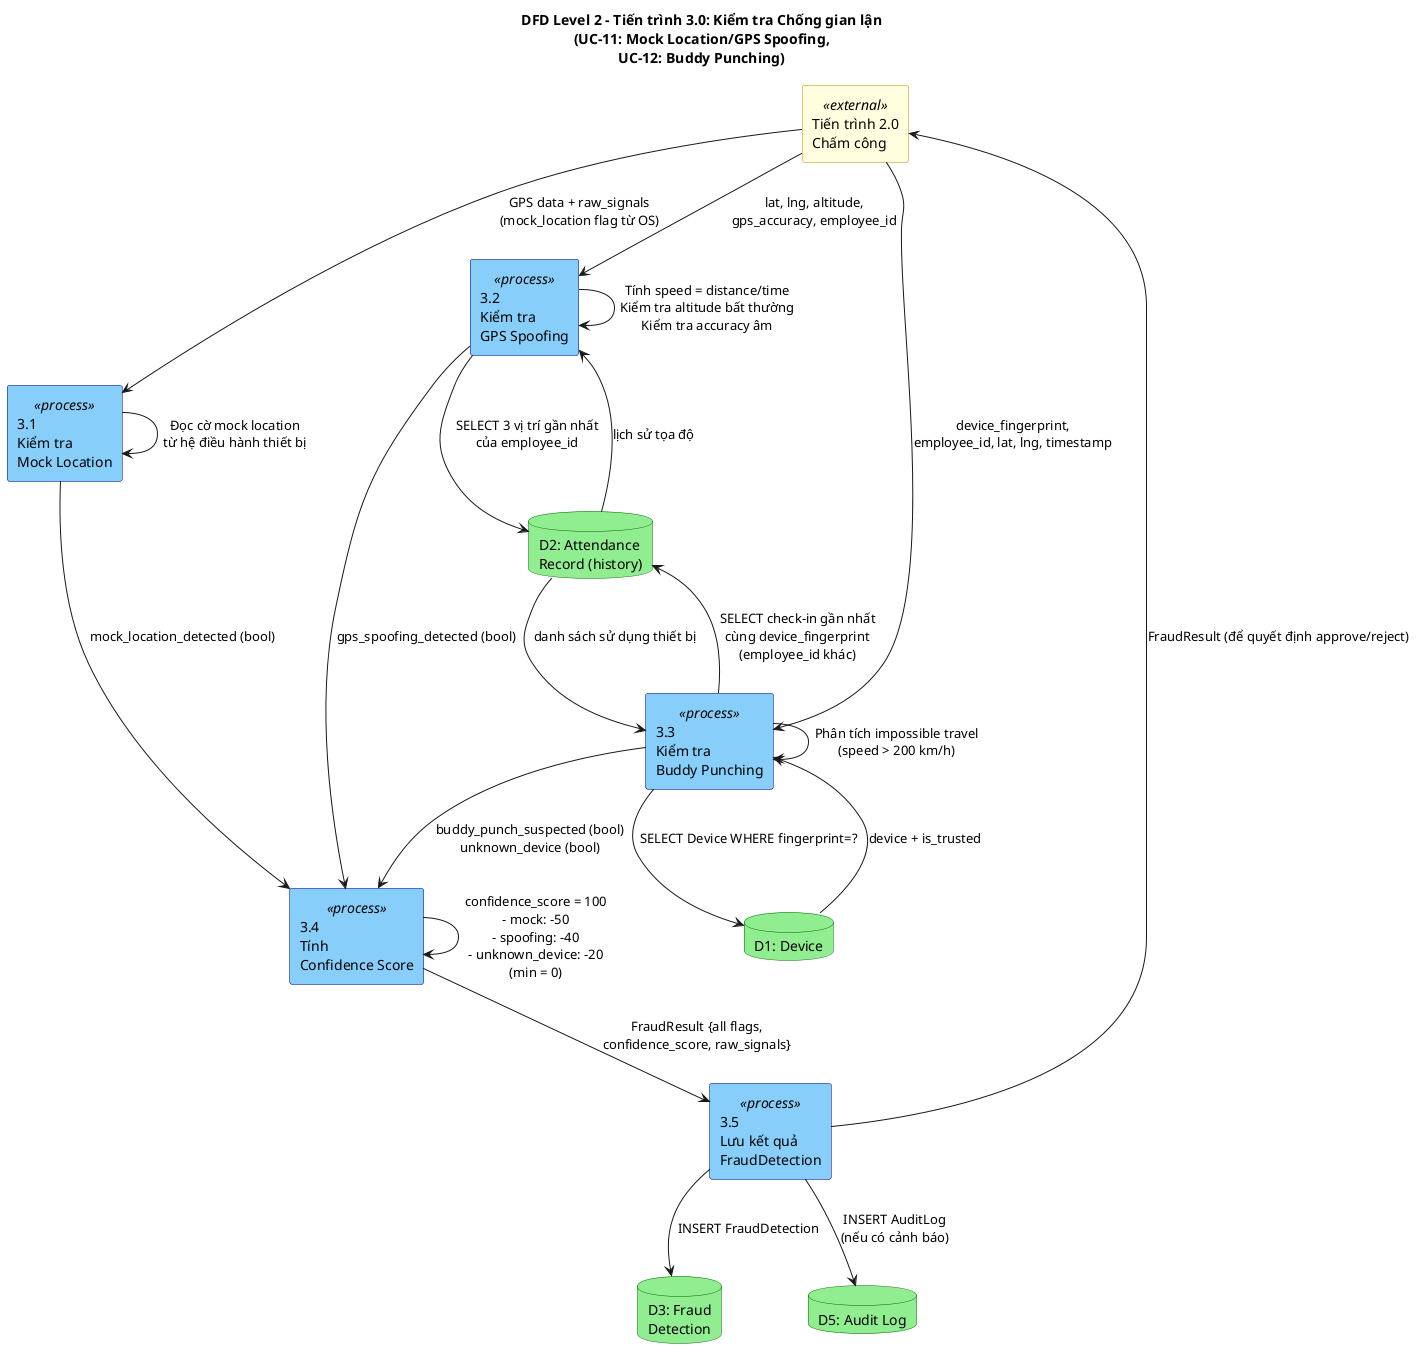
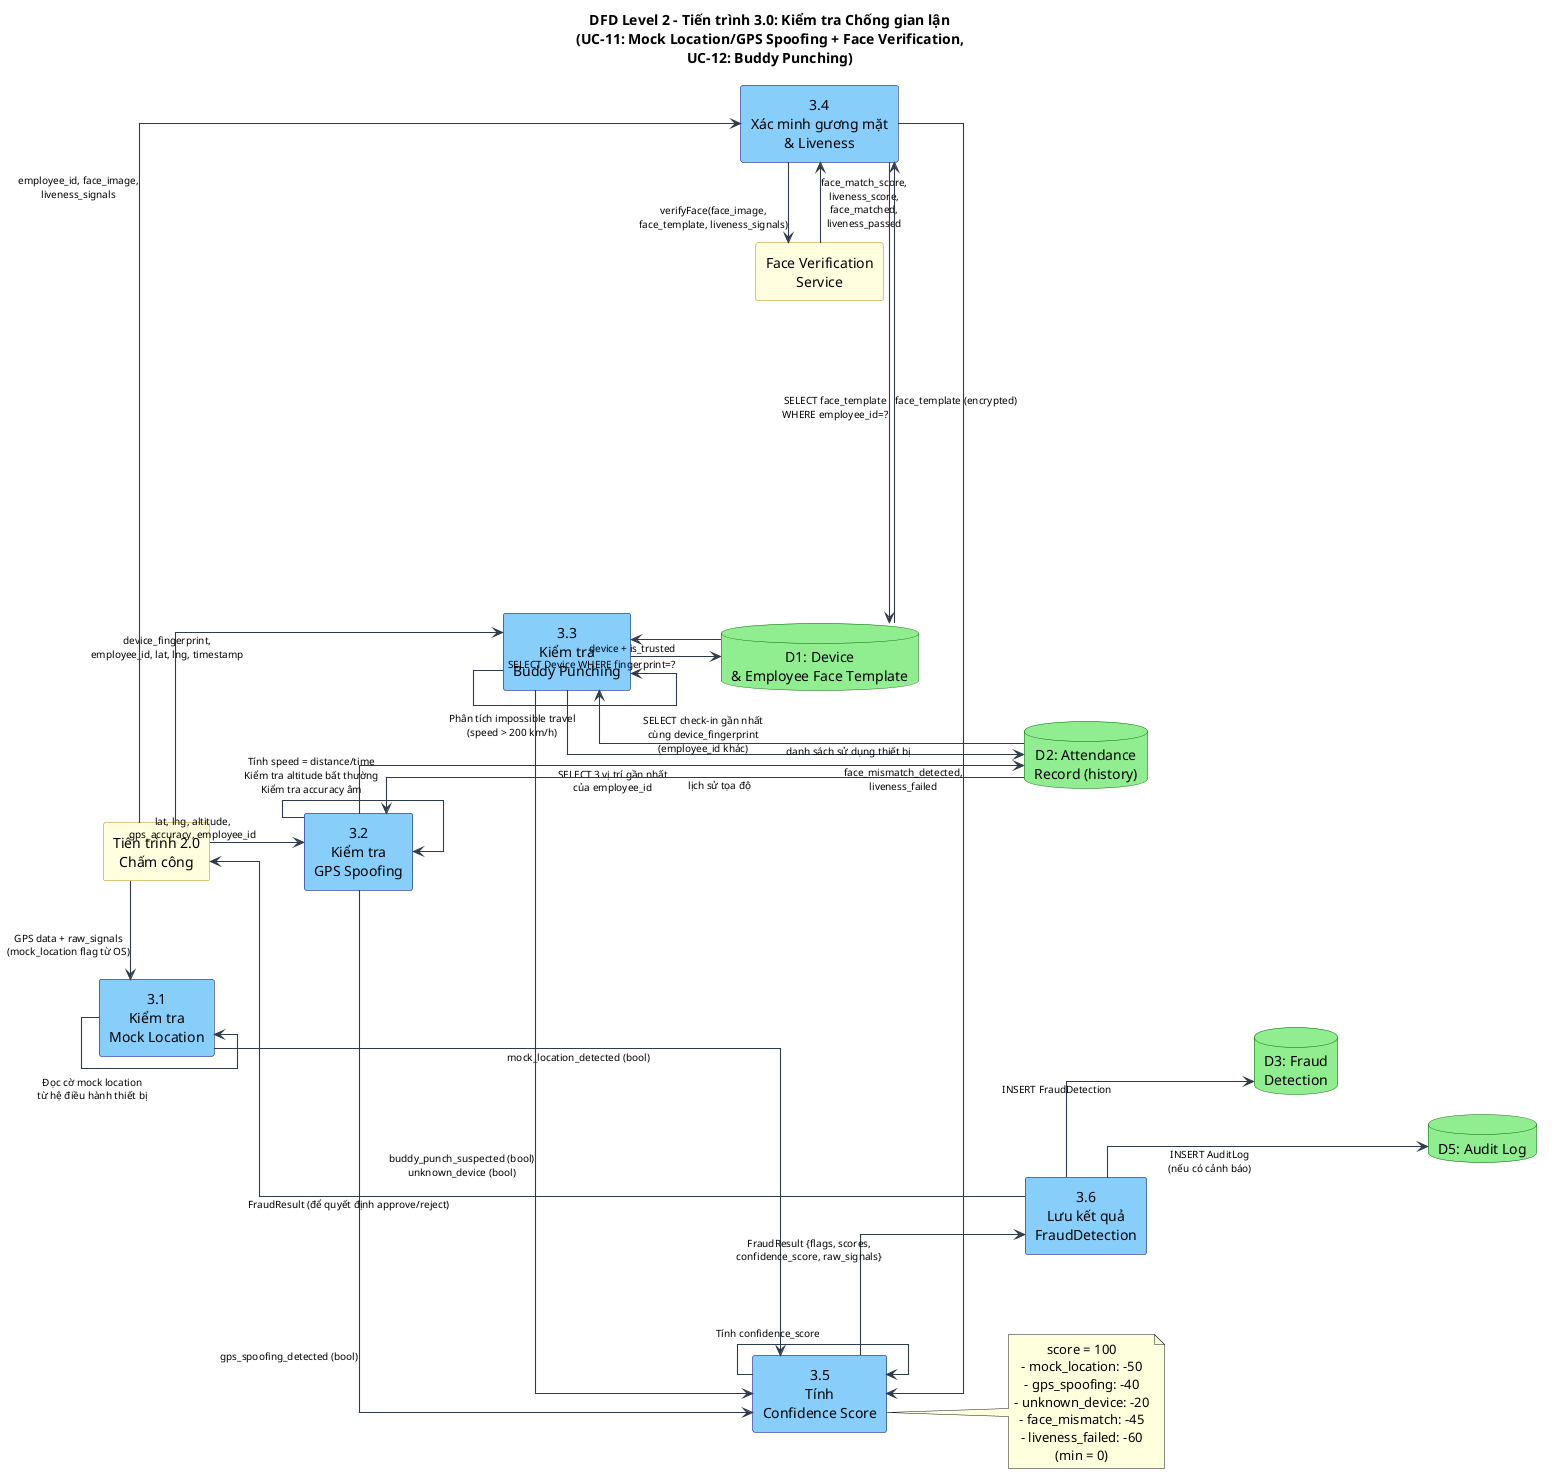
@startuml DFD_L2_FraudDetection
- title DFD Level 2 – Tiến trình 3.0: Kiểm tra Chống gian lận\n(UC-11: Mock Location/GPS Spoofing,\nUC-12: Buddy Punching)
+ title DFD Level 2 – Tiến trình 3.0: Kiểm tra Chống gian lận\n(UC-11: Mock Location/GPS Spoofing + Face Verification,\nUC-12: Buddy Punching)
+ 
+ ' ===== Layout & readability =====
+ left to right direction
+ skinparam Shadowing false
+ skinparam linetype ortho
+ skinparam defaultTextAlignment center
+ skinparam ArrowColor #2F3B4A
+ skinparam ArrowThickness 1.1
+ skinparam ArrowFontSize 10
+ skinparam nodesep 80
+ skinparam ranksep 90
+ hide stereotype

skinparam rectangle {
  BackgroundColor<<external>> LightYellow
  BorderColor<<external>> DarkGoldenRod
}
skinparam rectangle {
  BackgroundColor<<process>> LightSkyBlue
  BorderColor<<process>> Navy
}
skinparam database {
  BackgroundColor LightGreen
  BorderColor DarkGreen
}

rectangle "Tiến trình 2.0\nChấm công" <<external>> as P2
+ rectangle "Face Verification\nService" <<external>> as FACE

rectangle "3.1\nKiểm tra\nMock Location" <<process>> as P31
rectangle "3.2\nKiểm tra\nGPS Spoofing" <<process>> as P32
rectangle "3.3\nKiểm tra\nBuddy Punching" <<process>> as P33
- rectangle "3.4\nTính\nConfidence Score" <<process>> as P34
- rectangle "3.5\nLưu kết quả\nFraudDetection" <<process>> as P35
+ rectangle "3.4\nXác minh gương mặt\n& Liveness" <<process>> as P34
+ rectangle "3.5\nTính\nConfidence Score" <<process>> as P35
+ rectangle "3.6\nLưu kết quả\nFraudDetection" <<process>> as P36

database "D2: Attendance\nRecord (history)" as D2
- database "D1: Device" as D1
+ database "D1: Device\n& Employee Face Template" as D1
database "D3: Fraud\nDetection" as D3
database "D5: Audit Log" as D5

- P2 --> P31 : GPS data + raw_signals\n(mock_location flag từ OS)
+ ' ===== Position anchors (for cleaner layout) =====
+ P2 -[hidden]right-> P31
+ P31 -[hidden]down-> P32
+ P32 -[hidden]down-> P33
+ P33 -[hidden]down-> P34
+ 
+ P31 -[hidden]right-> P35
+ P35 -[hidden]down-> P36
+ 
+ P34 -[hidden]right-> FACE
+ FACE -[hidden]right-> D1
+ D1 -[hidden]down-> D2
+ D2 -[hidden]down-> D3
+ D3 -[hidden]down-> D5
+ 
+ P2 -right-> P31 : GPS data + raw_signals\n(mock_location flag từ OS)
P31 --> P31 : Đọc cờ mock location\ntừ hệ điều hành thiết bị
- P31 --> P34 : mock_location_detected (bool)
+ P31 -right-> P35 : mock_location_detected (bool)

- P2 --> P32 : lat, lng, altitude,\ngps_accuracy, employee_id
- P32 --> D2 : SELECT 3 vị trí gần nhất\ncủa employee_id
- D2 --> P32 : lịch sử tọa độ
+ P2 -right-> P32 : lat, lng, altitude,\ngps_accuracy, employee_id
+ P32 -right-> D2 : SELECT 3 vị trí gần nhất\ncủa employee_id
+ D2 -left-> P32 : lịch sử tọa độ
P32 --> P32 : Tính speed = distance/time\nKiểm tra altitude bất thường\nKiểm tra accuracy âm
- P32 --> P34 : gps_spoofing_detected (bool)
+ P32 -right-> P35 : gps_spoofing_detected (bool)

- P2 --> P33 : device_fingerprint,\nemployee_id, lat, lng, timestamp
- P33 --> D1 : SELECT Device WHERE fingerprint=?
- D1 --> P33 : device + is_trusted
- P33 --> D2 : SELECT check-in gần nhất\ncùng device_fingerprint\n(employee_id khác)
- D2 --> P33 : danh sách sử dụng thiết bị
+ P2 -right-> P33 : device_fingerprint,\nemployee_id, lat, lng, timestamp
+ P33 -right-> D1 : SELECT Device WHERE fingerprint=?
+ D1 -left-> P33 : device + is_trusted
+ P33 -right-> D2 : SELECT check-in gần nhất\ncùng device_fingerprint\n(employee_id khác)
+ D2 -left-> P33 : danh sách sử dụng thiết bị
P33 --> P33 : Phân tích impossible travel\n(speed > 200 km/h)
- P33 --> P34 : buddy_punch_suspected (bool)\nunknown_device (bool)
+ P33 -right-> P35 : buddy_punch_suspected (bool)\nunknown_device (bool)

- P34 --> P34 : confidence_score = 100\n- mock: -50\n- spoofing: -40\n- unknown_device: -20\n(min = 0)
- P34 --> P35 : FraudResult {all flags,\nconfidence_score, raw_signals}
+ ' Face verification flow
+ P2 -right-> P34 : employee_id, face_image,\nliveness_signals
+ P34 -right-> D1 : SELECT face_template\nWHERE employee_id=?
+ D1 -left-> P34 : face_template (encrypted)
+ P34 -right-> FACE : verifyFace(face_image,\nface_template, liveness_signals)
+ FACE -left-> P34 : face_match_score,\nliveness_score,\nface_matched,\nliveness_passed
+ P34 -right-> P35 : face_mismatch_detected,\nliveness_failed

- P35 --> D3 : INSERT FraudDetection
- P35 --> D5 : INSERT AuditLog\n(nếu có cảnh báo)
- P35 --> P2 : FraudResult (để quyết định approve/reject)
+ P35 --> P35 : Tính confidence_score
+ note right of P35
+ score = 100
+ - mock_location: -50
+ - gps_spoofing: -40
+ - unknown_device: -20
+ - face_mismatch: -45
+ - liveness_failed: -60
+ (min = 0)
+ end note
+ P35 -down-> P36 : FraudResult {flags, scores,\nconfidence_score, raw_signals}
+ 
+ P36 -right-> D3 : INSERT FraudDetection
+ P36 -right-> D5 : INSERT AuditLog\n(nếu có cảnh báo)
+ P36 -left-> P2 : FraudResult (để quyết định approve/reject)

@enduml
